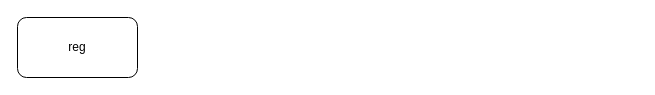
The draw.io diagram flow_auto_provisioning_orderseller.drawio in orderseller/orderseller_flows, before the edit. Source tidied: cells renumbered, new cells numbered last; positions are measured from the earlier drawing's top-left corner, leaving out a move shared by most shapes. Both pictures are drawn from the tidied source at 100%, with x=0, y=0 at pixel (17, 17).
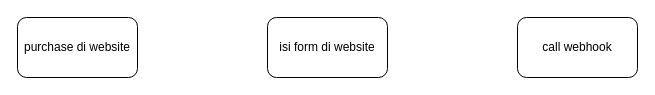
Above is the later version.

Diff of the diagram source:
```diff
@@
 <mxGraphModel>
   <root>
     <mxCell id="0" />
     <mxCell id="1" parent="0" />
-    <mxCell id="2" value="reg" style="rounded=1;whiteSpace=wrap;html=1;" parent="1" vertex="1">
+    <mxCell id="2" value="purchase di website" style="rounded=1;whiteSpace=wrap;html=1;" parent="1" vertex="1">
       <mxGeometry width="120" height="60" as="geometry" />
     </mxCell>
+    <mxCell id="3" value="isi form di website" style="rounded=1;whiteSpace=wrap;html=1;" parent="1" vertex="1">
+      <mxGeometry x="250" width="120" height="60" as="geometry" />
+    </mxCell>
+    <mxCell id="4" value="call webhook" style="rounded=1;whiteSpace=wrap;html=1;" parent="1" vertex="1">
+      <mxGeometry x="500" width="120" height="60" as="geometry" />
+    </mxCell>
   </root>
 </mxGraphModel>
```
